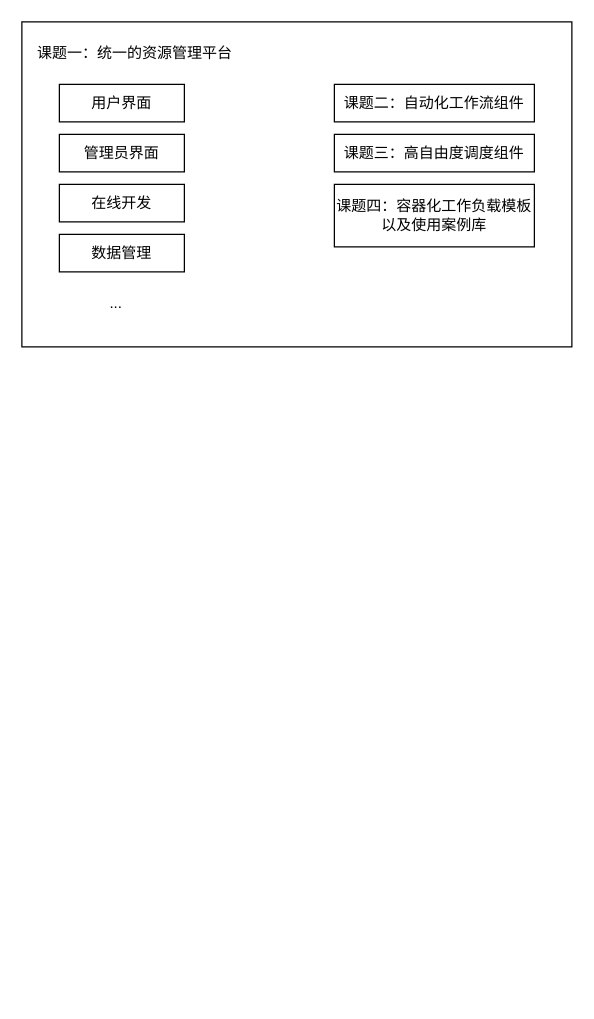
Before: page "第 2 页" (2 of 2) of suanflow.drawio in Fruneng/drawio-storage, a draw.io diagram. Source tidied: cells renumbered, new cells numbered last; positions are measured from the earlier drawing's top-left corner, leaving out a move shared by most shapes. Both pictures are drawn from the tidied source at 125%, with x=0, y=0 at pixel (21, 21).
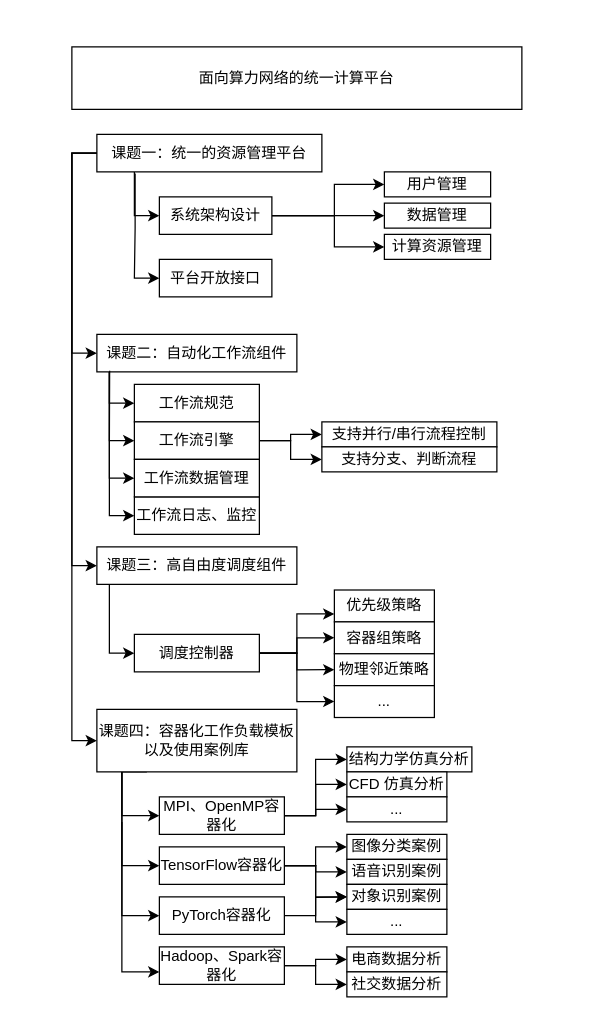
The same page after the edit.

Diff of the diagram source:
```diff
@@
+    <mxCell id="12" style="edgeStyle=orthogonalEdgeStyle;rounded=0;jettySize=auto;html=1;entryX=0;entryY=0.5;entryDx=0;entryDy=0;" parent="1" edge="1" target="9">
+      <mxGeometry relative="1" as="geometry">
+        <mxPoint x="60" y="105" as="sourcePoint" />
+        <Array as="points">
+          <mxPoint x="40" y="105" />
+          <mxPoint x="40" y="265" />
+        </Array>
+      </mxGeometry>
+    </mxCell>
+    <mxCell id="13" style="edgeStyle=orthogonalEdgeStyle;rounded=0;jettySize=auto;html=1;entryX=0;entryY=0.5;entryDx=0;entryDy=0;exitX=1;exitY=0.5;exitDx=0;exitDy=0;" parent="1" edge="1" source="70" target="53">
+      <mxGeometry relative="1" as="geometry">
+        <Array as="points">
+          <mxPoint x="250" y="155" />
+          <mxPoint x="250" y="130" />
+        </Array>
+      </mxGeometry>
+    </mxCell>
+    <mxCell id="14" style="edgeStyle=orthogonalEdgeStyle;rounded=0;jettySize=auto;html=1;entryX=0;entryY=0.5;entryDx=0;entryDy=0;" parent="1" edge="1" source="2" target="70">
+      <mxGeometry relative="1" as="geometry">
+        <Array as="points">
+          <mxPoint x="90" y="155" />
+        </Array>
+      </mxGeometry>
+    </mxCell>
-    <mxCell id="2" style="rounded=0;whiteSpace=wrap;html=1;" parent="1" vertex="1">
-      <mxGeometry width="440" height="260" as="geometry" />
+    <mxCell id="2" value="课题一：统一的资源管理平台" style="rounded=0;whiteSpace=wrap;html=1;" parent="1" vertex="1">
+      <mxGeometry x="60" y="90" width="180" height="30" as="geometry" />
     </mxCell>
-    <mxCell id="3" value="课题一：统一的资源管理平台" style="text;html=1;align=center;verticalAlign=middle;strokeColor=none;fillColor=none;" parent="1" vertex="1">
-      <mxGeometry y="10" width="180" height="30" as="geometry" />
-    </mxCell>
+    <mxCell id="15" style="edgeStyle=orthogonalEdgeStyle;rounded=0;jettySize=auto;html=1;entryX=0;entryY=0.5;entryDx=0;entryDy=0;" parent="1" edge="1" source="9" target="44">
+      <mxGeometry relative="1" as="geometry">
+        <Array as="points">
+          <mxPoint x="70" y="305" />
+        </Array>
+      </mxGeometry>
+    </mxCell>
+    <mxCell id="9" value="课题二：自动化工作流组件" style="rounded=0;whiteSpace=wrap;html=1;" parent="1" vertex="1">
+      <mxGeometry x="60" y="250" width="160" height="30" as="geometry" />
+    </mxCell>
+    <mxCell id="16" style="edgeStyle=orthogonalEdgeStyle;rounded=0;jettySize=auto;html=1;entryX=0;entryY=0.5;entryDx=0;entryDy=0;" parent="1" edge="1" source="10" target="64">
+      <mxGeometry relative="1" as="geometry">
+        <Array as="points">
+          <mxPoint x="70" y="505" />
+        </Array>
+      </mxGeometry>
+    </mxCell>
+    <mxCell id="10" value="课题三：高自由度调度组件" style="rounded=0;whiteSpace=wrap;html=1;" parent="1" vertex="1">
+      <mxGeometry x="60" y="420" width="160" height="30" as="geometry" />
+    </mxCell>
+    <mxCell id="17" style="edgeStyle=orthogonalEdgeStyle;rounded=0;jettySize=auto;html=1;entryX=0;entryY=0.5;entryDx=0;entryDy=0;exitX=0.25;exitY=1;exitDx=0;exitDy=0;" parent="1" edge="1" source="11" target="22">
+      <mxGeometry relative="1" as="geometry">
+        <Array as="points">
+          <mxPoint x="80" y="600" />
+          <mxPoint x="80" y="635" />
+        </Array>
+      </mxGeometry>
+    </mxCell>
+    <mxCell id="18" style="edgeStyle=orthogonalEdgeStyle;rounded=0;jettySize=auto;html=1;entryX=0;entryY=0.5;entryDx=0;entryDy=0;" parent="1" edge="1" target="27">
+      <mxGeometry relative="1" as="geometry">
+        <mxPoint x="80" y="600" as="sourcePoint" />
+        <Array as="points">
+          <mxPoint x="80" y="675" />
+        </Array>
+      </mxGeometry>
+    </mxCell>
+    <mxCell id="11" value="课题四：容器化工作负载模板以及使用案例库" style="rounded=0;whiteSpace=wrap;html=1;" parent="1" vertex="1">
+      <mxGeometry x="60" y="550" width="160" height="50" as="geometry" />
+    </mxCell>
+    <mxCell id="19" style="edgeStyle=orthogonalEdgeStyle;rounded=0;jettySize=auto;html=1;entryX=0;entryY=0.5;entryDx=0;entryDy=0;" parent="1" edge="1" source="22" target="36">
+      <mxGeometry relative="1" as="geometry" />
+    </mxCell>
+    <mxCell id="20" style="edgeStyle=orthogonalEdgeStyle;rounded=0;jettySize=auto;html=1;entryX=0;entryY=0.5;entryDx=0;entryDy=0;" parent="1" edge="1" source="22" target="37">
+      <mxGeometry relative="1" as="geometry" />
+    </mxCell>
+    <mxCell id="21" style="edgeStyle=orthogonalEdgeStyle;rounded=0;jettySize=auto;html=1;entryX=0;entryY=0.5;entryDx=0;entryDy=0;" parent="1" edge="1" source="22" target="38">
+      <mxGeometry relative="1" as="geometry" />
+    </mxCell>
+    <mxCell id="22" value="MPI、OpenMP容器化" style="rounded=0;whiteSpace=wrap;html=1;" parent="1" vertex="1">
+      <mxGeometry x="110" y="620" width="100" height="30" as="geometry" />
+    </mxCell>
+    <mxCell id="23" style="edgeStyle=orthogonalEdgeStyle;rounded=0;jettySize=auto;html=1;entryX=0;entryY=0.5;entryDx=0;entryDy=0;" parent="1" edge="1" source="27" target="33">
+      <mxGeometry relative="1" as="geometry" />
+    </mxCell>
+    <mxCell id="24" style="edgeStyle=orthogonalEdgeStyle;rounded=0;jettySize=auto;html=1;entryX=0;entryY=0.5;entryDx=0;entryDy=0;" parent="1" edge="1" source="27" target="34">
+      <mxGeometry relative="1" as="geometry" />
+    </mxCell>
+    <mxCell id="25" style="edgeStyle=orthogonalEdgeStyle;rounded=0;jettySize=auto;html=1;" parent="1" edge="1" source="27" target="35">
+      <mxGeometry relative="1" as="geometry" />
+    </mxCell>
+    <mxCell id="26" style="edgeStyle=orthogonalEdgeStyle;rounded=0;jettySize=auto;html=1;entryX=0;entryY=0.5;entryDx=0;entryDy=0;" parent="1" edge="1" source="27" target="41">
+      <mxGeometry relative="1" as="geometry" />
+    </mxCell>
+    <mxCell id="27" value="TensorFlow容器化" style="rounded=0;whiteSpace=wrap;html=1;" parent="1" vertex="1">
+      <mxGeometry x="110" y="660" width="100" height="30" as="geometry" />
+    </mxCell>
+    <mxCell id="28" style="edgeStyle=orthogonalEdgeStyle;rounded=0;jettySize=auto;html=1;" parent="1" edge="1" source="29">
+      <mxGeometry relative="1" as="geometry">
+        <mxPoint x="260" y="700" as="targetPoint" />
+      </mxGeometry>
+    </mxCell>
+    <mxCell id="29" value="PyTorch容器化" style="rounded=0;whiteSpace=wrap;html=1;" parent="1" vertex="1">
+      <mxGeometry x="110" y="700" width="100" height="30" as="geometry" />
+    </mxCell>
+    <mxCell id="30" style="edgeStyle=orthogonalEdgeStyle;rounded=0;jettySize=auto;html=1;entryX=0;entryY=0.5;entryDx=0;entryDy=0;" parent="1" edge="1" source="32" target="42">
+      <mxGeometry relative="1" as="geometry" />
+    </mxCell>
+    <mxCell id="31" style="edgeStyle=orthogonalEdgeStyle;rounded=0;jettySize=auto;html=1;entryX=0;entryY=0.5;entryDx=0;entryDy=0;" parent="1" edge="1" source="32" target="43">
+      <mxGeometry relative="1" as="geometry" />
+    </mxCell>
+    <mxCell id="32" value="Hadoop、Spark容器化" style="rounded=0;whiteSpace=wrap;html=1;" parent="1" vertex="1">
+      <mxGeometry x="110" y="740" width="100" height="30" as="geometry" />
+    </mxCell>
+    <mxCell id="33" value="图像分类案例" style="rounded=0;whiteSpace=wrap;html=1;" parent="1" vertex="1">
+      <mxGeometry x="260" y="650" width="80" height="20" as="geometry" />
+    </mxCell>
+    <mxCell id="34" value="语音识别案例" style="rounded=0;whiteSpace=wrap;html=1;" parent="1" vertex="1">
+      <mxGeometry x="260" y="670" width="80" height="20" as="geometry" />
+    </mxCell>
+    <mxCell id="35" value="对象识别案例" style="rounded=0;whiteSpace=wrap;html=1;" parent="1" vertex="1">
+      <mxGeometry x="260" y="690" width="80" height="20" as="geometry" />
+    </mxCell>
+    <mxCell id="36" value="结构力学仿真分析" style="rounded=0;whiteSpace=wrap;html=1;" parent="1" vertex="1">
+      <mxGeometry x="260" y="580" width="100" height="20" as="geometry" />
+    </mxCell>
+    <mxCell id="37" value="CFD 仿真分析" style="rounded=0;whiteSpace=wrap;html=1;" parent="1" vertex="1">
+      <mxGeometry x="260" y="600" width="80" height="20" as="geometry" />
+    </mxCell>
+    <mxCell id="38" value="..." style="rounded=0;whiteSpace=wrap;html=1;" parent="1" vertex="1">
+      <mxGeometry x="260" y="620" width="80" height="20" as="geometry" />
+    </mxCell>
+    <mxCell id="39" style="edgeStyle=orthogonalEdgeStyle;rounded=0;orthogonalLoop=1;jettySize=auto;html=1;entryX=0;entryY=0.5;entryDx=0;entryDy=0;" parent="1" edge="1">
+      <mxGeometry relative="1" as="geometry">
+        <mxPoint x="80" y="640" as="sourcePoint" />
+        <mxPoint x="110" y="715" as="targetPoint" />
+        <Array as="points">
+          <mxPoint x="80" y="715" />
+        </Array>
+      </mxGeometry>
+    </mxCell>
+    <mxCell id="40" style="edgeStyle=orthogonalEdgeStyle;rounded=0;orthogonalLoop=1;jettySize=auto;html=1;" parent="1" edge="1">
+      <mxGeometry relative="1" as="geometry">
+        <mxPoint x="80" y="600" as="sourcePoint" />
+        <mxPoint x="110" y="760" as="targetPoint" />
+        <Array as="points">
+          <mxPoint x="80" y="760" />
+          <mxPoint x="110" y="760" />
+        </Array>
+      </mxGeometry>
+    </mxCell>
+    <mxCell id="41" value="..." style="rounded=0;whiteSpace=wrap;html=1;" parent="1" vertex="1">
+      <mxGeometry x="260" y="710" width="80" height="20" as="geometry" />
+    </mxCell>
+    <mxCell id="42" value="电商数据分析" style="rounded=0;whiteSpace=wrap;html=1;" parent="1" vertex="1">
+      <mxGeometry x="260" y="740" width="80" height="20" as="geometry" />
+    </mxCell>
+    <mxCell id="43" value="社交数据分析" style="rounded=0;whiteSpace=wrap;html=1;" parent="1" vertex="1">
+      <mxGeometry x="260" y="760" width="80" height="20" as="geometry" />
+    </mxCell>
+    <mxCell id="44" value="工作流规范" style="rounded=0;whiteSpace=wrap;html=1;" parent="1" vertex="1">
+      <mxGeometry x="90" y="290" width="100" height="30" as="geometry" />
+    </mxCell>
+    <mxCell id="45" style="edgeStyle=orthogonalEdgeStyle;rounded=0;jettySize=auto;html=1;entryX=0;entryY=0.5;entryDx=0;entryDy=0;" parent="1" edge="1" source="47" target="49">
+      <mxGeometry relative="1" as="geometry" />
+    </mxCell>
+    <mxCell id="46" style="edgeStyle=orthogonalEdgeStyle;rounded=0;jettySize=auto;html=1;entryX=0;entryY=0.5;entryDx=0;entryDy=0;" parent="1" edge="1" source="47" target="50">
+      <mxGeometry relative="1" as="geometry" />
+    </mxCell>
+    <mxCell id="47" value="工作流引擎" style="rounded=0;whiteSpace=wrap;html=1;" parent="1" vertex="1">
+      <mxGeometry x="90" y="320" width="100" height="30" as="geometry" />
+    </mxCell>
+    <mxCell id="48" style="edgeStyle=orthogonalEdgeStyle;rounded=0;jettySize=auto;html=1;entryX=0;entryY=0.5;entryDx=0;entryDy=0;exitX=0.064;exitY=0.967;exitDx=0;exitDy=0;exitPerimeter=0;" parent="1" edge="1" source="9" target="47">
+      <mxGeometry relative="1" as="geometry">
+        <Array as="points">
+          <mxPoint x="70" y="283" />
+          <mxPoint x="70" y="345" />
+        </Array>
+      </mxGeometry>
+    </mxCell>
+    <mxCell id="49" value="支持并行/串行流程控制" style="rounded=0;whiteSpace=wrap;html=1;" parent="1" vertex="1">
+      <mxGeometry x="240" y="320" width="140" height="20" as="geometry" />
+    </mxCell>
+    <mxCell id="50" value="支持分支、判断流程" style="rounded=0;whiteSpace=wrap;html=1;" parent="1" vertex="1">
+      <mxGeometry x="240" y="340" width="140" height="20" as="geometry" />
+    </mxCell>
+    <mxCell id="51" style="edgeStyle=orthogonalEdgeStyle;rounded=0;jettySize=auto;html=1;entryX=0;entryY=0.5;entryDx=0;entryDy=0;exitX=0;exitY=0.5;exitDx=0;exitDy=0;" parent="1" edge="1" source="2" target="10">
+      <mxGeometry relative="1" as="geometry">
+        <Array as="points">
+          <mxPoint x="40" y="105" />
+          <mxPoint x="40" y="435" />
+        </Array>
+      </mxGeometry>
+    </mxCell>
+    <mxCell id="52" style="edgeStyle=orthogonalEdgeStyle;rounded=0;jettySize=auto;html=1;entryX=0;entryY=0.5;entryDx=0;entryDy=0;exitX=0;exitY=0.5;exitDx=0;exitDy=0;" parent="1" edge="1" source="2" target="11">
+      <mxGeometry relative="1" as="geometry">
+        <Array as="points">
+          <mxPoint x="40" y="105" />
+          <mxPoint x="40" y="575" />
+        </Array>
+      </mxGeometry>
+    </mxCell>
+    <mxCell id="53" value="用户管理" style="rounded=0;whiteSpace=wrap;html=1;" parent="1" vertex="1">
+      <mxGeometry x="290" y="120" width="85" height="20" as="geometry" />
+    </mxCell>
     <mxCell id="4" value="数据管理" style="rounded=0;whiteSpace=wrap;html=1;" parent="1" vertex="1">
-      <mxGeometry x="30" y="170" width="100" height="30" as="geometry" />
+      <mxGeometry x="290" y="145" width="85" height="20" as="geometry" />
     </mxCell>
-    <mxCell id="5" value="用户界面" style="rounded=0;whiteSpace=wrap;html=1;" parent="1" vertex="1">
-      <mxGeometry x="30" y="50" width="100" height="30" as="geometry" />
-    </mxCell>
-    <mxCell id="6" value="管理员界面" style="rounded=0;whiteSpace=wrap;html=1;" parent="1" vertex="1">
-      <mxGeometry x="30" y="90" width="100" height="30" as="geometry" />
-    </mxCell>
-    <mxCell id="7" value="在线开发" style="rounded=0;whiteSpace=wrap;html=1;" parent="1" vertex="1">
-      <mxGeometry x="30" y="130" width="100" height="30" as="geometry" />
-    </mxCell>
-    <mxCell id="8" value="..." style="text;html=1;align=center;verticalAlign=middle;strokeColor=none;fillColor=none;" parent="1" vertex="1">
-      <mxGeometry x="60" y="210" width="30" height="30" as="geometry" />
-    </mxCell>
-    <mxCell id="9" value="课题二：自动化工作流组件" style="rounded=0;whiteSpace=wrap;html=1;" parent="1" vertex="1">
-      <mxGeometry x="250" y="50" width="160" height="30" as="geometry" />
-    </mxCell>
-    <mxCell id="10" value="课题三：高自由度调度组件" style="rounded=0;whiteSpace=wrap;html=1;" parent="1" vertex="1">
-      <mxGeometry x="250" y="90" width="160" height="30" as="geometry" />
-    </mxCell>
-    <mxCell id="11" value="课题四：容器化工作负载模板以及使用案例库" style="rounded=0;whiteSpace=wrap;html=1;" parent="1" vertex="1">
-      <mxGeometry x="250" y="130" width="160" height="50" as="geometry" />
-    </mxCell>
+    <mxCell id="54" value="工作流日志、监控" style="rounded=0;whiteSpace=wrap;html=1;" parent="1" vertex="1">
+      <mxGeometry x="90" y="380" width="100" height="30" as="geometry" />
+    </mxCell>
+    <mxCell id="55" style="edgeStyle=orthogonalEdgeStyle;rounded=0;jettySize=auto;html=1;entryX=0;entryY=0.5;entryDx=0;entryDy=0;" parent="1" edge="1" target="54">
+      <mxGeometry relative="1" as="geometry">
+        <mxPoint x="70" y="280" as="sourcePoint" />
+        <Array as="points">
+          <mxPoint x="70" y="395" />
+        </Array>
+      </mxGeometry>
+    </mxCell>
+    <mxCell id="56" value="工作流数据管理" style="rounded=0;whiteSpace=wrap;html=1;" parent="1" vertex="1">
+      <mxGeometry x="90" y="350" width="100" height="30" as="geometry" />
+    </mxCell>
+    <mxCell id="57" style="edgeStyle=orthogonalEdgeStyle;rounded=0;jettySize=auto;html=1;entryX=0;entryY=0.5;entryDx=0;entryDy=0;" parent="1" edge="1" target="56">
+      <mxGeometry relative="1" as="geometry">
+        <mxPoint x="70" y="280" as="sourcePoint" />
+        <Array as="points">
+          <mxPoint x="70" y="365" />
+        </Array>
+      </mxGeometry>
+    </mxCell>
+    <mxCell id="58" value="计算资源管理" style="rounded=0;whiteSpace=wrap;html=1;" parent="1" vertex="1">
+      <mxGeometry x="290" y="170" width="85" height="20" as="geometry" />
+    </mxCell>
+    <mxCell id="59" style="edgeStyle=orthogonalEdgeStyle;rounded=0;jettySize=auto;html=1;entryX=0;entryY=0.5;entryDx=0;entryDy=0;exitX=1;exitY=0.5;exitDx=0;exitDy=0;" parent="1" edge="1" source="70" target="58">
+      <mxGeometry relative="1" as="geometry">
+        <Array as="points">
+          <mxPoint x="250" y="155" />
+          <mxPoint x="250" y="180" />
+        </Array>
+      </mxGeometry>
+    </mxCell>
+    <mxCell id="60" style="edgeStyle=orthogonalEdgeStyle;rounded=0;jettySize=auto;html=1;entryX=0;entryY=0.5;entryDx=0;entryDy=0;" parent="1" edge="1" source="64" target="66">
+      <mxGeometry relative="1" as="geometry" />
+    </mxCell>
+    <mxCell id="61" style="edgeStyle=orthogonalEdgeStyle;rounded=0;jettySize=auto;html=1;entryX=0;entryY=0.5;entryDx=0;entryDy=0;" parent="1" edge="1" source="64" target="67">
+      <mxGeometry relative="1" as="geometry" />
+    </mxCell>
+    <mxCell id="62" style="edgeStyle=orthogonalEdgeStyle;rounded=0;jettySize=auto;html=1;entryX=0;entryY=0.5;entryDx=0;entryDy=0;" parent="1" edge="1" source="64" target="68">
+      <mxGeometry relative="1" as="geometry" />
+    </mxCell>
+    <mxCell id="63" style="edgeStyle=orthogonalEdgeStyle;rounded=0;jettySize=auto;html=1;entryX=0;entryY=0.75;entryDx=0;entryDy=0;" parent="1" edge="1" source="64" target="65">
+      <mxGeometry relative="1" as="geometry" />
+    </mxCell>
+    <mxCell id="64" value="调度控制器" style="rounded=0;whiteSpace=wrap;html=1;" parent="1" vertex="1">
+      <mxGeometry x="90" y="490" width="100" height="30" as="geometry" />
+    </mxCell>
+    <mxCell id="65" value="优先级策略" style="rounded=0;whiteSpace=wrap;html=1;" parent="1" vertex="1">
+      <mxGeometry x="250" y="454.5" width="80" height="25.5" as="geometry" />
+    </mxCell>
+    <mxCell id="66" value="容器组策略" style="rounded=0;whiteSpace=wrap;html=1;" parent="1" vertex="1">
+      <mxGeometry x="250" y="480" width="80" height="25.5" as="geometry" />
+    </mxCell>
+    <mxCell id="67" value="物理邻近策略" style="rounded=0;whiteSpace=wrap;html=1;" parent="1" vertex="1">
+      <mxGeometry x="250" y="505.5" width="80" height="25.5" as="geometry" />
+    </mxCell>
+    <mxCell id="68" value="..." style="rounded=0;whiteSpace=wrap;html=1;" parent="1" vertex="1">
+      <mxGeometry x="250" y="531" width="80" height="25.5" as="geometry" />
+    </mxCell>
+    <mxCell id="69" style="edgeStyle=orthogonalEdgeStyle;rounded=0;jettySize=auto;html=1;entryX=0;entryY=0.5;entryDx=0;entryDy=0;" parent="1" edge="1" source="70" target="4">
+      <mxGeometry relative="1" as="geometry" />
+    </mxCell>
+    <mxCell id="70" value="系统架构设计" style="rounded=0;whiteSpace=wrap;html=1;" parent="1" vertex="1">
+      <mxGeometry x="110" y="140" width="90" height="30" as="geometry" />
+    </mxCell>
+    <mxCell id="71" value="平台开放接口" style="rounded=0;whiteSpace=wrap;html=1;" parent="1" vertex="1">
+      <mxGeometry x="110" y="190" width="90" height="30" as="geometry" />
+    </mxCell>
+    <mxCell id="72" style="edgeStyle=orthogonalEdgeStyle;rounded=0;jettySize=auto;html=1;entryX=0;entryY=0.5;entryDx=0;entryDy=0;exitX=0.17;exitY=1.044;exitDx=0;exitDy=0;exitPerimeter=0;" parent="1" edge="1" source="2" target="71">
+      <mxGeometry relative="1" as="geometry">
+        <Array as="points">
+          <mxPoint x="91" y="165" />
+          <mxPoint x="90" y="205" />
+        </Array>
+      </mxGeometry>
+    </mxCell>
+    <mxCell id="73" value="面向算力网络的统一计算平台" style="whiteSpace=wrap;html=1;" parent="1" vertex="1">
+      <mxGeometry x="40" y="20" width="360" height="50" as="geometry" />
+    </mxCell>
```
